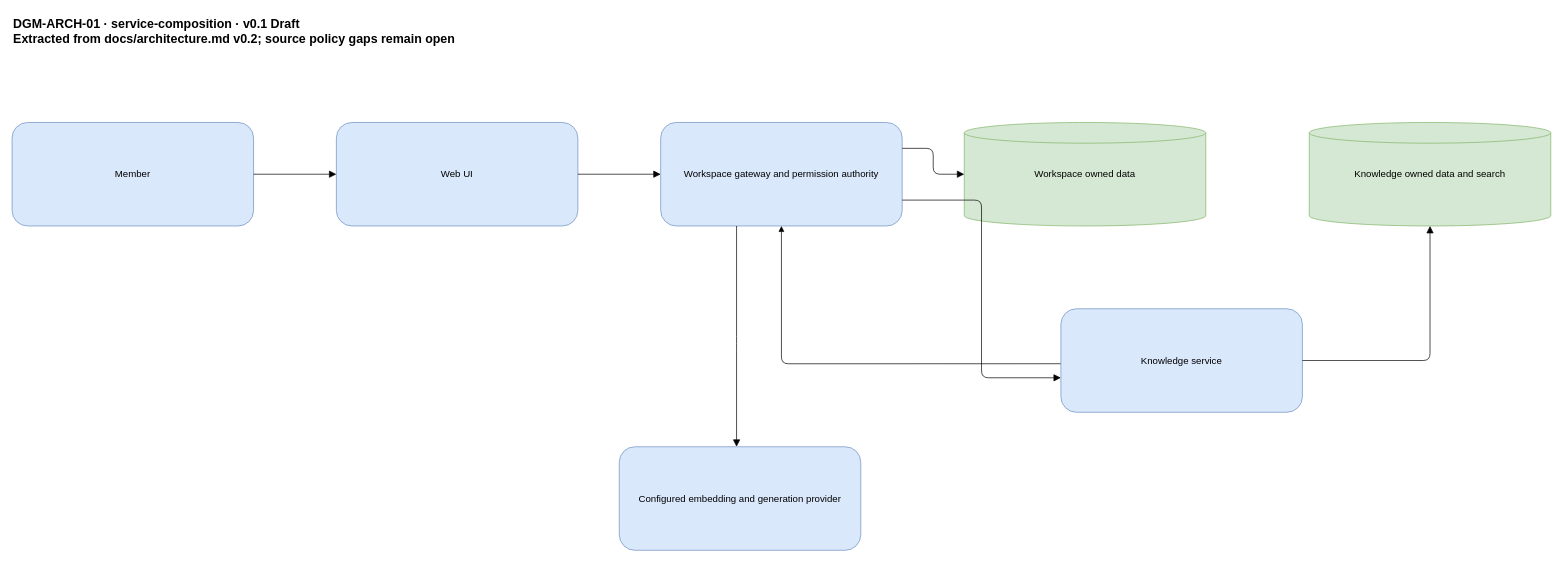
The draw.io diagram docs/sdlc/diagrams/architecture/service-composition.drawio in 900M100CK/scrum-workspace-KMS-ai, before the edit. Source tidied: cells renumbered, new cells numbered last; positions are measured from the earlier drawing's top-left corner, leaving out a move shared by most shapes. Both pictures are drawn from the tidied source at 69%, with x=0, y=0 at pixel (12, 12).
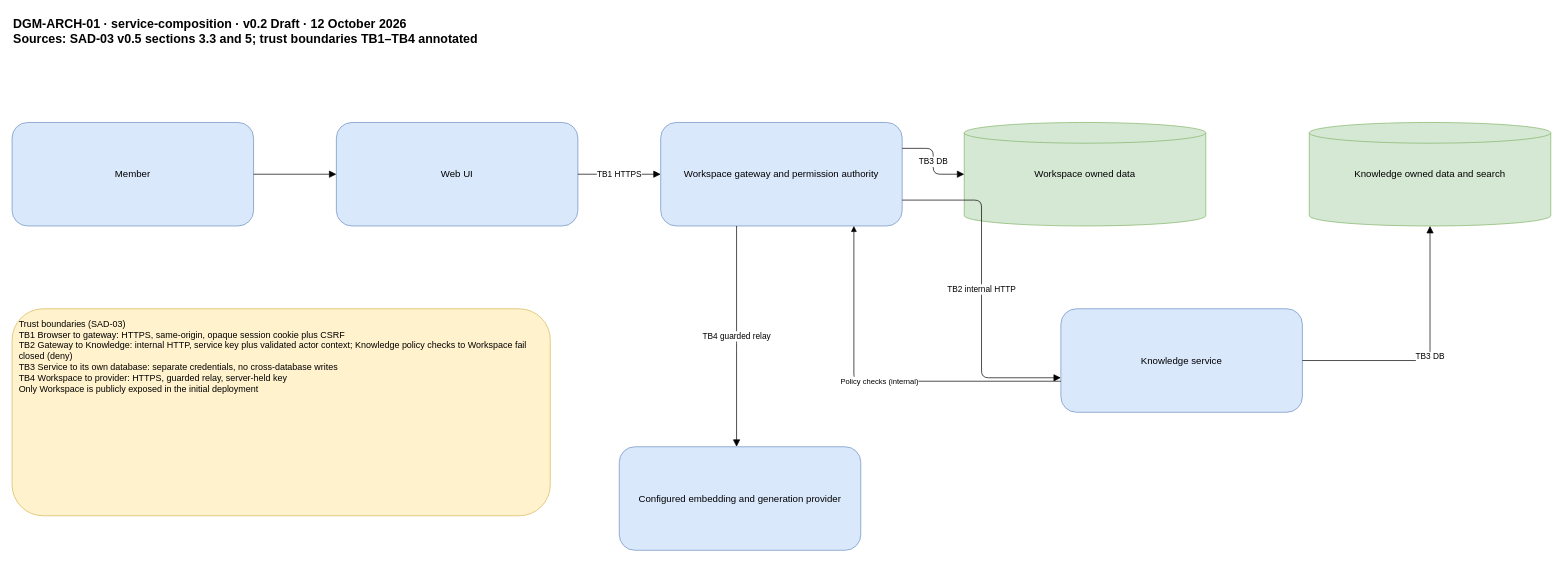
The same diagram, later.

Commit message (it also covers changes not shown here):
docs(diagrams): reconcile versions and extend sitemap boundaries

The edit, as a diff of the source:
```diff
@@
 <mxGraphModel>
   <root>
     <mxCell id="0" />
     <mxCell id="1" parent="0" />
-    <mxCell id="2" value="DGM-ARCH-01 · service-composition · v0.1 Draft&#10;Extracted from docs/architecture.md v0.2; source policy gaps remain open" style="text;html=1;whiteSpace=wrap;fontSize=18;fontStyle=1;align=left;" parent="1" vertex="1">
+    <mxCell id="2" value="DGM-ARCH-01 · service-composition · v0.2 Draft · 12 October 2026&#10;Sources: SAD-03 v0.5 sections 3.3 and 5; trust boundaries TB1–TB4 annotated" style="text;html=1;whiteSpace=wrap;fontSize=18;fontStyle=1;align=left;" parent="1" vertex="1">
       <mxGeometry width="2230" height="100" as="geometry" />
     </mxCell>
     <mxCell id="3" value="Member" style="rounded=1;fillColor=#dae8fc;strokeColor=#6c8ebf;whiteSpace=wrap;html=1;fontSize=14;spacing=12;" parent="1" vertex="1">
       <mxGeometry y="160" width="350" height="150" as="geometry" />
     </mxCell>
     <mxCell id="4" value="Web UI" style="rounded=1;fillColor=#dae8fc;strokeColor=#6c8ebf;whiteSpace=wrap;html=1;fontSize=14;spacing=12;" parent="1" vertex="1">
       <mxGeometry x="470" y="160" width="350" height="150" as="geometry" />
     </mxCell>
     <mxCell id="5" value="Workspace gateway and permission authority" style="rounded=1;fillColor=#dae8fc;strokeColor=#6c8ebf;whiteSpace=wrap;html=1;fontSize=14;spacing=12;" parent="1" vertex="1">
       <mxGeometry x="940" y="160" width="350" height="150" as="geometry" />
     </mxCell>
     <mxCell id="6" value="Workspace owned data" style="shape=cylinder3;fillColor=#d5e8d4;strokeColor=#82b366;whiteSpace=wrap;html=1;fontSize=14;spacing=12;" parent="1" vertex="1">
       <mxGeometry x="1380" y="160" width="350" height="150" as="geometry" />
     </mxCell>
     <mxCell id="7" value="Knowledge service" style="rounded=1;fillColor=#dae8fc;strokeColor=#6c8ebf;whiteSpace=wrap;html=1;fontSize=14;spacing=12;" parent="1" vertex="1">
       <mxGeometry x="1520" y="430" width="350" height="150" as="geometry" />
     </mxCell>
     <mxCell id="8" value="Knowledge owned data and search" style="shape=cylinder3;fillColor=#d5e8d4;strokeColor=#82b366;whiteSpace=wrap;html=1;fontSize=14;spacing=12;" parent="1" vertex="1">
       <mxGeometry x="1880" y="160" width="350" height="150" as="geometry" />
     </mxCell>
     <mxCell id="9" value="Configured embedding and generation provider" style="rounded=1;fillColor=#dae8fc;strokeColor=#6c8ebf;whiteSpace=wrap;html=1;fontSize=14;spacing=12;" parent="1" vertex="1">
       <mxGeometry x="880" y="630" width="350" height="150" as="geometry" />
     </mxCell>
     <mxCell id="10" style="edgeStyle=orthogonalEdgeStyle;rounded=1;jettySize=auto;html=1;endArrow=block;endSize=8;fontSize=12;labelBackgroundColor=#ffffff;" parent="1" edge="1" source="3" target="4">
       <mxGeometry relative="1" as="geometry" />
     </mxCell>
-    <mxCell id="11" style="edgeStyle=orthogonalEdgeStyle;rounded=1;jettySize=auto;html=1;endArrow=block;endSize=8;fontSize=12;labelBackgroundColor=#ffffff;" parent="1" edge="1" source="4" target="5">
+    <mxCell id="11" value="TB1 HTTPS" style="edgeStyle=orthogonalEdgeStyle;rounded=1;jettySize=auto;html=1;endArrow=block;endSize=8;fontSize=12;labelBackgroundColor=#ffffff;" parent="1" edge="1" source="4" target="5">
       <mxGeometry relative="1" as="geometry" />
     </mxCell>
-    <mxCell id="12" style="edgeStyle=orthogonalEdgeStyle;rounded=1;jettySize=auto;html=1;endArrow=block;endSize=8;fontSize=12;labelBackgroundColor=#ffffff;exitX=1;exitY=0.25;exitDx=0;exitDy=0;" parent="1" edge="1" source="5" target="6">
+    <mxCell id="12" value="TB3 DB" style="edgeStyle=orthogonalEdgeStyle;rounded=1;jettySize=auto;html=1;endArrow=block;endSize=8;fontSize=12;labelBackgroundColor=#ffffff;exitX=1;exitY=0.25;exitDx=0;exitDy=0;" parent="1" edge="1" source="5" target="6">
       <mxGeometry relative="1" as="geometry" />
     </mxCell>
-    <mxCell id="13" style="edgeStyle=orthogonalEdgeStyle;rounded=1;jettySize=auto;html=1;endArrow=block;endSize=8;fontSize=12;labelBackgroundColor=#ffffff;exitX=1;exitY=0.75;exitDx=0;exitDy=0;entryX=0;entryY=0.666667;entryDx=0;entryDy=0;" parent="1" edge="1" source="5" target="7">
+    <mxCell id="13" value="TB2 internal HTTP" style="edgeStyle=orthogonalEdgeStyle;rounded=1;jettySize=auto;html=1;endArrow=block;endSize=8;fontSize=12;labelBackgroundColor=#ffffff;exitX=1;exitY=0.75;exitDx=0;exitDy=0;entryX=0;entryY=0.666667;entryDx=0;entryDy=0;" parent="1" edge="1" source="5" target="7">
       <mxGeometry relative="1" as="geometry" />
     </mxCell>
-    <mxCell id="14" style="edgeStyle=orthogonalEdgeStyle;rounded=1;jettySize=auto;html=1;endArrow=block;endSize=8;fontSize=12;labelBackgroundColor=#ffffff;" parent="1" edge="1" source="7" target="8">
+    <mxCell id="14" value="TB3 DB" style="edgeStyle=orthogonalEdgeStyle;rounded=1;jettySize=auto;html=1;endArrow=block;endSize=8;fontSize=12;labelBackgroundColor=#ffffff;" parent="1" edge="1" source="7" target="8">
       <mxGeometry relative="1" as="geometry" />
     </mxCell>
-    <mxCell id="15" style="rounded=1;jettySize=auto;html=1;endArrow=block;entryX=0.5;entryY=1;edgeStyle=orthogonalEdgeStyle;exitX=-0.001;exitY=0.531;exitDx=0;exitDy=0;exitPerimeter=0;" parent="1" edge="1" source="7" target="5">
+    <mxCell id="15" value="Policy checks (internal)" style="rounded=1;jettySize=auto;html=1;endArrow=block;entryX=0.5;entryY=1;edgeStyle=orthogonalEdgeStyle;exitX=-0.001;exitY=0.531;exitDx=0;exitDy=0;exitPerimeter=0;exitX=0;exitY=0.7;entryX=0.8;entryY=1;" parent="1" edge="1" source="7" target="5">
       <mxGeometry relative="1" as="geometry" />
     </mxCell>
-    <mxCell id="16" style="edgeStyle=orthogonalEdgeStyle;rounded=1;jettySize=auto;html=1;endArrow=block;endSize=8;fontSize=12;labelBackgroundColor=#ffffff;" parent="1" edge="1" source="5" target="9">
+    <mxCell id="16" value="TB4 guarded relay" style="edgeStyle=orthogonalEdgeStyle;rounded=1;jettySize=auto;html=1;endArrow=block;endSize=8;fontSize=12;labelBackgroundColor=#ffffff;" parent="1" edge="1" source="5" target="9">
       <mxGeometry relative="1" as="geometry">
         <Array as="points">
           <mxPoint x="1050" y="480" />
           <mxPoint x="1050" y="480" />
         </Array>
       </mxGeometry>
     </mxCell>
+    <mxCell id="17" value="Trust boundaries (SAD-03)&#10;TB1 Browser to gateway: HTTPS, same-origin, opaque session cookie plus CSRF&#10;TB2 Gateway to Knowledge: internal HTTP, service key plus validated actor context; Knowledge policy checks to Workspace fail closed (deny)&#10;TB3 Service to its own database: separate credentials, no cross-database writes&#10;TB4 Workspace to provider: HTTPS, guarded relay, server-held key&#10;Only Workspace is publicly exposed in the initial deployment" style="rounded=1;fillColor=#fff2cc;strokeColor=#d6b656;align=left;verticalAlign=top;whiteSpace=wrap;html=0;fontSize=13;spacing=10;" parent="1" vertex="1">
+      <mxGeometry y="430" width="780" height="300" as="geometry" />
+    </mxCell>
   </root>
 </mxGraphModel>
```
